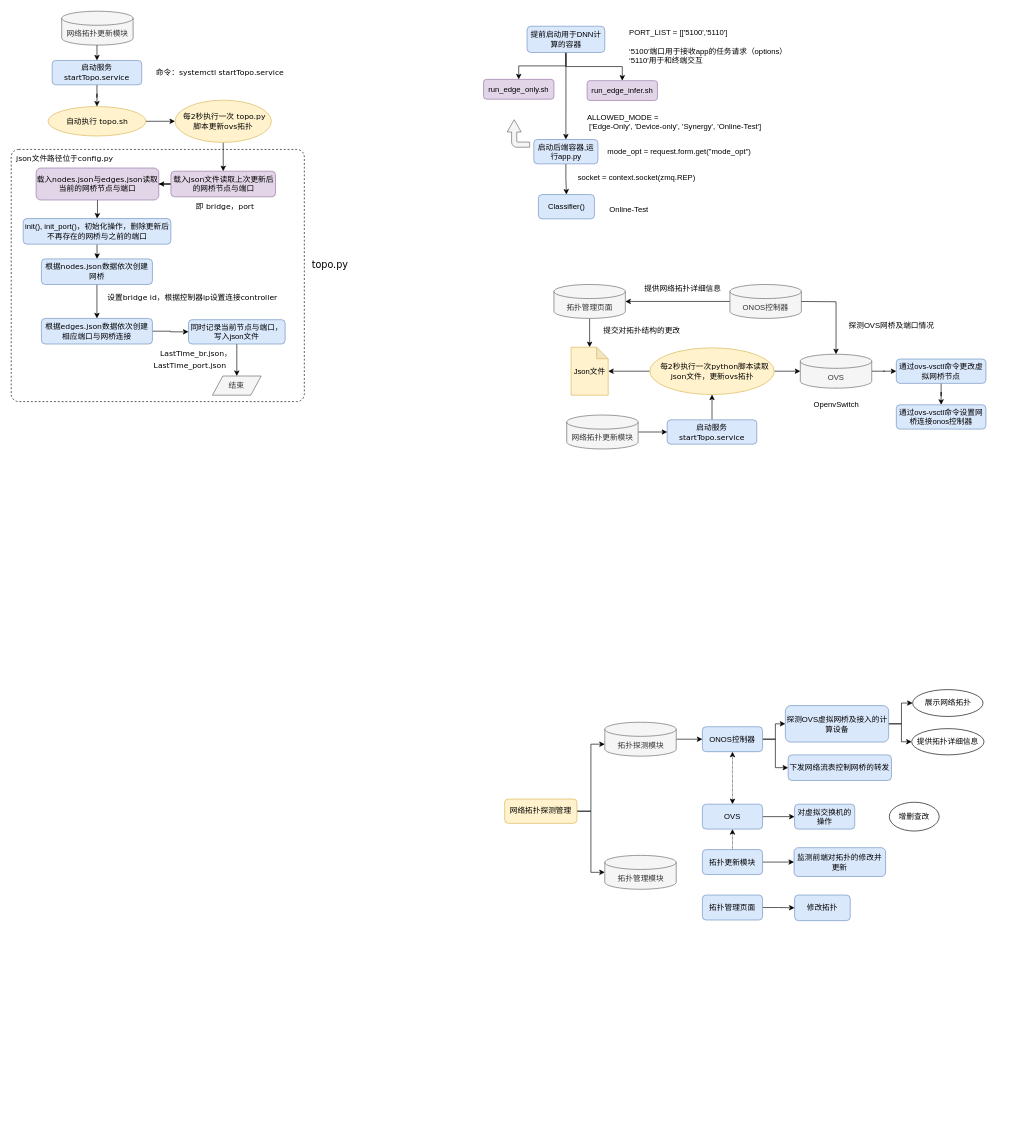
The draw.io diagram 未命名绘图.drawio in zhoumeng-123/draw, before the edit. Source tidied: cells renumbered, new cells numbered last; positions are measured from the earlier drawing's top-left corner, leaving out a move shared by most shapes. Both pictures are drawn from the tidied source at 64%, with x=0, y=0 at pixel (11, 11).
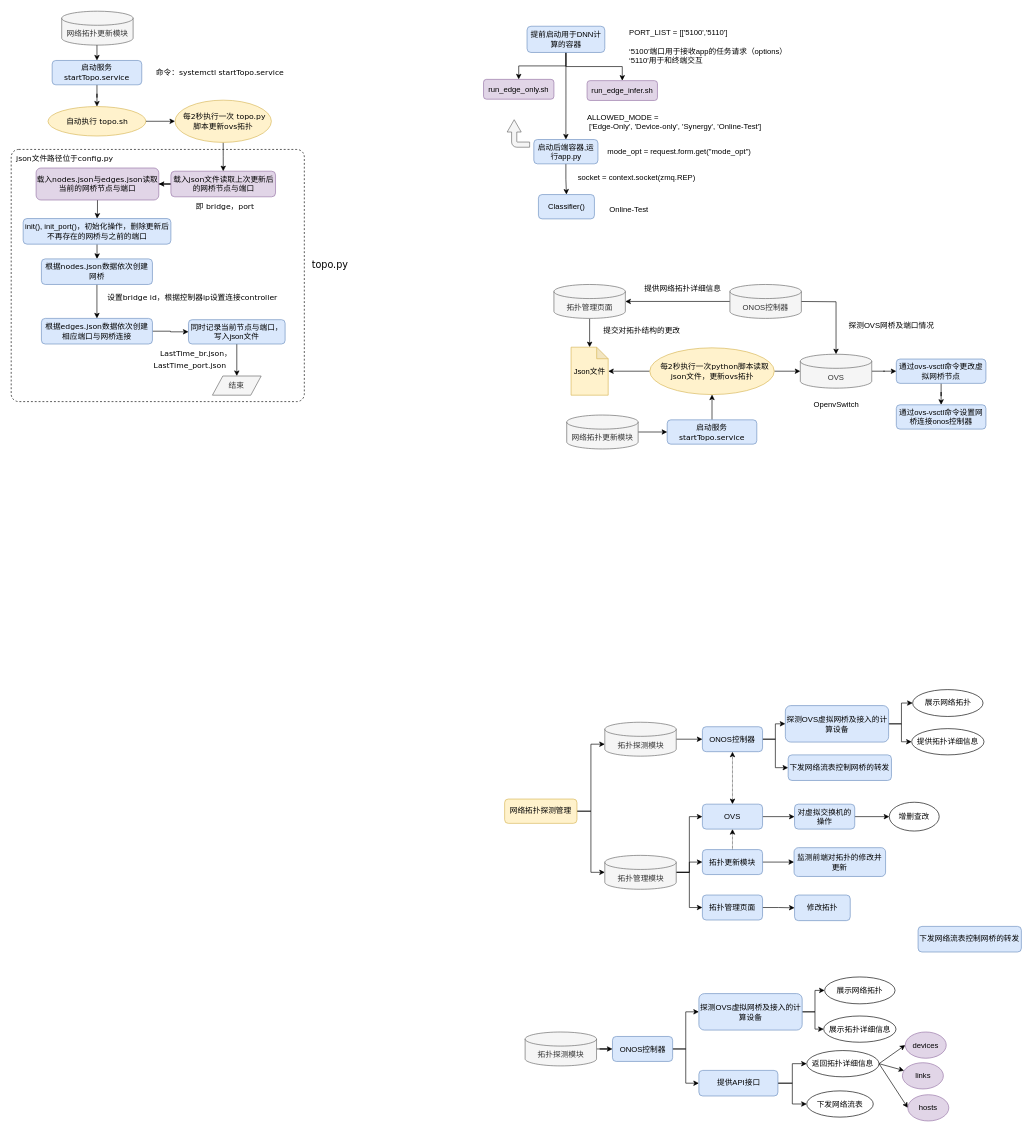
The same diagram, later.

Commit message:
更新未命名绘图.drawio

The change refers to these unchanged cells:
```xml
<mxCell id="73" value="拓扑管理模块" style="shape=cylinder3;whiteSpace=wrap;html=1;boundedLbl=1;backgroundOutline=1;size=11;fillColor=#f5f5f5;strokeColor=#666666;fontColor=#333333;" parent="1" vertex="1">
  <mxGeometry x="927.5" y="1319" width="111.6" height="53" as="geometry" />
</mxCell>
<mxCell id="79" value="拓扑管理页面" style="rounded=1;whiteSpace=wrap;html=1;fillColor=#dae8fc;strokeColor=#6c8ebf;" parent="1" vertex="1">
  <mxGeometry x="1080" y="1381" width="94" height="39" as="geometry" />
</mxCell>
<mxCell id="81" value="拓扑更新模块" style="rounded=1;whiteSpace=wrap;html=1;fillColor=#dae8fc;strokeColor=#6c8ebf;" parent="1" vertex="1">
  <mxGeometry x="1080" y="1310" width="94" height="39" as="geometry" />
</mxCell>
<mxCell id="83" value="OVS" style="rounded=1;whiteSpace=wrap;html=1;fillColor=#dae8fc;strokeColor=#6c8ebf;" parent="1" vertex="1">
  <mxGeometry x="1080" y="1239" width="94" height="39" as="geometry" />
</mxCell>
<mxCell id="87" value="对虚拟交换机的操作" style="rounded=1;whiteSpace=wrap;html=1;fillColor=#dae8fc;strokeColor=#6c8ebf;" parent="1" vertex="1">
  <mxGeometry x="1224" y="1239" width="94" height="39" as="geometry" />
</mxCell>
<mxCell id="93" value="增删查改" style="ellipse;whiteSpace=wrap;html=1;" parent="1" vertex="1">
  <mxGeometry x="1372" y="1236" width="78" height="45" as="geometry" />
</mxCell>
```

What changed in the source:
```diff
@@
+    <mxCell id="95" style="edgeStyle=orthogonalEdgeStyle;rounded=0;jettySize=auto;html=1;exitX=1;exitY=0.5;exitDx=0;exitDy=0;exitPerimeter=0;entryX=0;entryY=0.5;entryDx=0;entryDy=0;startArrow=none;startFill=0;endArrow=classic;endFill=1;" parent="1" edge="1" source="73" target="83">
+      <mxGeometry relative="1" as="geometry" />
+    </mxCell>
+    <mxCell id="96" style="edgeStyle=orthogonalEdgeStyle;rounded=0;jettySize=auto;html=1;exitX=1;exitY=0.5;exitDx=0;exitDy=0;exitPerimeter=0;startArrow=none;startFill=0;endArrow=classic;endFill=1;" parent="1" edge="1" source="73" target="81">
+      <mxGeometry relative="1" as="geometry" />
+    </mxCell>
+    <mxCell id="97" style="edgeStyle=orthogonalEdgeStyle;rounded=0;jettySize=auto;html=1;exitX=1;exitY=0.5;exitDx=0;exitDy=0;exitPerimeter=0;entryX=0;entryY=0.5;entryDx=0;entryDy=0;startArrow=none;startFill=0;endArrow=classic;endFill=1;" parent="1" edge="1" source="73" target="79">
+      <mxGeometry relative="1" as="geometry" />
+    </mxCell>
@@
+    <mxCell id="98" style="edgeStyle=orthogonalEdgeStyle;rounded=0;jettySize=auto;html=1;startArrow=none;startFill=0;endArrow=classic;endFill=1;" parent="1" edge="1" source="87" target="93">
+      <mxGeometry relative="1" as="geometry" />
+    </mxCell>
@@
+    <mxCell id="99" style="edgeStyle=orthogonalEdgeStyle;rounded=0;jettySize=auto;html=1;startArrow=none;startFill=0;" parent="1" edge="1" source="100" target="103">
+      <mxGeometry relative="1" as="geometry" />
+    </mxCell>
+    <mxCell id="100" value="拓扑探测模块" style="shape=cylinder3;whiteSpace=wrap;html=1;boundedLbl=1;backgroundOutline=1;size=11;fillColor=#f5f5f5;strokeColor=#666666;fontColor=#333333;" parent="1" vertex="1">
+      <mxGeometry x="803" y="1595" width="111.6" height="53" as="geometry" />
+    </mxCell>
+    <mxCell id="101" style="edgeStyle=orthogonalEdgeStyle;rounded=0;jettySize=auto;html=1;entryX=0;entryY=0.5;entryDx=0;entryDy=0;startArrow=none;startFill=0;" parent="1" edge="1" source="103" target="106">
+      <mxGeometry relative="1" as="geometry" />
+    </mxCell>
+    <mxCell id="102" style="edgeStyle=orthogonalEdgeStyle;rounded=0;jettySize=auto;html=1;exitX=1;exitY=0.5;exitDx=0;exitDy=0;entryX=0;entryY=0.5;entryDx=0;entryDy=0;startArrow=none;startFill=0;" parent="1" edge="1" source="103" target="109">
+      <mxGeometry relative="1" as="geometry" />
+    </mxCell>
+    <mxCell id="103" value="ONOS控制器" style="rounded=1;whiteSpace=wrap;html=1;fillColor=#dae8fc;strokeColor=#6c8ebf;" parent="1" vertex="1">
+      <mxGeometry x="939.5" y="1602" width="94" height="39" as="geometry" />
+    </mxCell>
+    <mxCell id="104" style="edgeStyle=orthogonalEdgeStyle;rounded=0;jettySize=auto;html=1;startArrow=none;startFill=0;" parent="1" edge="1" source="106" target="110">
+      <mxGeometry relative="1" as="geometry" />
+    </mxCell>
+    <mxCell id="105" style="edgeStyle=orthogonalEdgeStyle;rounded=0;jettySize=auto;html=1;exitX=1;exitY=0.5;exitDx=0;exitDy=0;entryX=0;entryY=0.5;entryDx=0;entryDy=0;startArrow=none;startFill=0;" parent="1" edge="1" source="106" target="111">
+      <mxGeometry relative="1" as="geometry" />
+    </mxCell>
+    <mxCell id="106" value="探测OVS虚拟网桥及接入的计算设备" style="rounded=1;whiteSpace=wrap;html=1;fillColor=#dae8fc;strokeColor=#6c8ebf;" parent="1" vertex="1">
+      <mxGeometry x="1074.5" y="1535" width="161.4" height="57" as="geometry" />
+    </mxCell>
+    <mxCell id="107" style="edgeStyle=orthogonalEdgeStyle;rounded=0;jettySize=auto;html=1;entryX=0;entryY=0.5;entryDx=0;entryDy=0;startArrow=none;startFill=0;endArrow=classic;endFill=1;" parent="1" edge="1" source="109" target="117">
+      <mxGeometry relative="1" as="geometry" />
+    </mxCell>
+    <mxCell id="108" style="edgeStyle=orthogonalEdgeStyle;rounded=0;jettySize=auto;html=1;exitX=1;exitY=0.5;exitDx=0;exitDy=0;entryX=0;entryY=0.5;entryDx=0;entryDy=0;startArrow=none;startFill=0;endArrow=classic;endFill=1;" parent="1" edge="1" source="109" target="113">
+      <mxGeometry relative="1" as="geometry" />
+    </mxCell>
+    <mxCell id="109" value="提供API接口" style="rounded=1;whiteSpace=wrap;html=1;fillColor=#dae8fc;strokeColor=#6c8ebf;" parent="1" vertex="1">
+      <mxGeometry x="1074.5" y="1655" width="123.5" height="40" as="geometry" />
+    </mxCell>
+    <mxCell id="110" value="展示网络拓扑" style="ellipse;whiteSpace=wrap;html=1;" parent="1" vertex="1">
+      <mxGeometry x="1271" y="1509" width="110" height="42" as="geometry" />
+    </mxCell>
+    <mxCell id="111" value="展示拓扑详细信息" style="ellipse;whiteSpace=wrap;html=1;" parent="1" vertex="1">
+      <mxGeometry x="1269.5" y="1570" width="113" height="41" as="geometry" />
+    </mxCell>
+    <mxCell id="112" value="下发网络流表控制网桥的转发" style="rounded=1;whiteSpace=wrap;html=1;fillColor=#dae8fc;strokeColor=#6c8ebf;" parent="1" vertex="1">
+      <mxGeometry x="1417" y="1430" width="161.4" height="40" as="geometry" />
+    </mxCell>
+    <mxCell id="113" value="下发网络流表" style="ellipse;whiteSpace=wrap;html=1;" parent="1" vertex="1">
+      <mxGeometry x="1243" y="1687" width="104" height="41" as="geometry" />
+    </mxCell>
+    <mxCell id="114" style="rounded=0;jettySize=auto;html=1;exitX=1;exitY=0.5;exitDx=0;exitDy=0;startArrow=none;startFill=0;endArrow=classic;endFill=1;entryX=0;entryY=0.5;entryDx=0;entryDy=0;" parent="1" edge="1" source="117" target="118">
+      <mxGeometry relative="1" as="geometry" />
+    </mxCell>
+    <mxCell id="115" style="rounded=0;jettySize=auto;html=1;exitX=1;exitY=0.5;exitDx=0;exitDy=0;startArrow=none;startFill=0;endArrow=classic;endFill=1;" parent="1" edge="1" source="117" target="120">
+      <mxGeometry relative="1" as="geometry" />
+    </mxCell>
+    <mxCell id="116" style="rounded=0;jettySize=auto;html=1;exitX=1;exitY=0.5;exitDx=0;exitDy=0;entryX=0;entryY=0.5;entryDx=0;entryDy=0;startArrow=none;startFill=0;endArrow=classic;endFill=1;" parent="1" edge="1" source="117" target="119">
+      <mxGeometry relative="1" as="geometry" />
+    </mxCell>
+    <mxCell id="117" value="返回拓扑详细信息" style="ellipse;whiteSpace=wrap;html=1;" parent="1" vertex="1">
+      <mxGeometry x="1243" y="1624" width="113" height="41" as="geometry" />
+    </mxCell>
+    <mxCell id="118" value="devices" style="ellipse;whiteSpace=wrap;html=1;fillColor=#e1d5e7;strokeColor=#9673a6;" parent="1" vertex="1">
+      <mxGeometry x="1397" y="1595" width="64" height="41" as="geometry" />
+    </mxCell>
+    <mxCell id="119" value="hosts" style="ellipse;whiteSpace=wrap;html=1;fillColor=#e1d5e7;strokeColor=#9673a6;" parent="1" vertex="1">
+      <mxGeometry x="1401" y="1693" width="64" height="41" as="geometry" />
+    </mxCell>
+    <mxCell id="120" value="links" style="ellipse;whiteSpace=wrap;html=1;fillColor=#e1d5e7;strokeColor=#9673a6;" parent="1" vertex="1">
+      <mxGeometry x="1392.5" y="1643" width="64" height="41" as="geometry" />
+    </mxCell>
```
